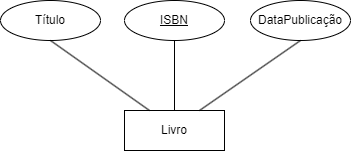
The draw.io diagram exerc2.drawio.png in VitorFonseca123/ExerciciosACH2004_BD, before a commit. Source tidied: cells renumbered, new cells last; positions are measured from the earlier drawing's top-left corner, leaving out a move shared by most shapes.
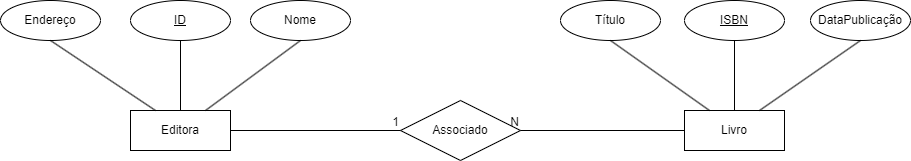
Later version of the same file.

Commit message:
Relacionamento entre editora e livro

The edit, as a diff of the source:
```diff
@@ -20,8 +20,44 @@
     <mxCell id="7" style="endArrow=none;html=1;rounded=0;exitX=0.5;exitY=1;exitDx=0;exitDy=0;entryX=0.25;entryY=0;entryDx=0;entryDy=0;" parent="1" edge="1" source="5" target="2">
       <mxGeometry relative="1" as="geometry" />
     </mxCell>
-    <mxCell id="8" style="endArrow=none;html=1;rounded=0;entryX=0.5;entryY=1;entryDx=0;entryDy=0;exitX=0.75;exitY=0;exitDx=0;exitDy=0;" parent="1" edge="1" source="2" target="6">
+    <mxCell id="8" style="endArrow=none;html=1;rounded=0;exitX=0.75;exitY=0;exitDx=0;exitDy=0;entryX=0.5;entryY=1;entryDx=0;entryDy=0;" parent="1" edge="1" source="2" target="6">
       <mxGeometry relative="1" as="geometry" />
     </mxCell>
+    <mxCell id="9" value="Editora" style="whiteSpace=wrap;html=1;align=center;" parent="1" vertex="1">
+      <mxGeometry x="-430" y="110" width="100" height="40" as="geometry" />
+    </mxCell>
+    <mxCell id="10" value="ID" style="ellipse;whiteSpace=wrap;html=1;align=center;fontStyle=4;" parent="1" vertex="1">
+      <mxGeometry x="-430" width="100" height="40" as="geometry" />
+    </mxCell>
+    <mxCell id="11" value="Nome" style="ellipse;whiteSpace=wrap;html=1;align=center;" parent="1" vertex="1">
+      <mxGeometry x="-310" width="100" height="40" as="geometry" />
+    </mxCell>
+    <mxCell id="12" value="Endereço" style="ellipse;whiteSpace=wrap;html=1;align=center;" parent="1" vertex="1">
+      <mxGeometry x="-560" width="100" height="40" as="geometry" />
+    </mxCell>
+    <mxCell id="13" style="endArrow=none;html=1;rounded=0;exitX=0.5;exitY=1;exitDx=0;exitDy=0;entryX=0.5;entryY=0;entryDx=0;entryDy=0;" parent="1" edge="1" source="10" target="9">
+      <mxGeometry relative="1" as="geometry" />
+    </mxCell>
+    <mxCell id="14" style="endArrow=none;html=1;rounded=0;exitX=0.5;exitY=1;exitDx=0;exitDy=0;entryX=0.75;entryY=0;entryDx=0;entryDy=0;" parent="1" edge="1" source="11" target="9">
+      <mxGeometry relative="1" as="geometry" />
+    </mxCell>
+    <mxCell id="15" style="endArrow=none;html=1;rounded=0;exitX=0.5;exitY=1;exitDx=0;exitDy=0;entryX=0.25;entryY=0;entryDx=0;entryDy=0;" parent="1" edge="1" source="12" target="9">
+      <mxGeometry relative="1" as="geometry" />
+    </mxCell>
+    <mxCell id="16" value="Associado" style="shape=rhombus;perimeter=rhombusPerimeter;whiteSpace=wrap;html=1;align=center;" parent="1" vertex="1">
+      <mxGeometry x="-160" y="100" width="120" height="60" as="geometry" />
+    </mxCell>
+    <mxCell id="17" style="endArrow=none;html=1;rounded=0;entryX=0;entryY=0.5;entryDx=0;entryDy=0;" parent="1" edge="1" source="9" target="16">
+      <mxGeometry relative="1" as="geometry" />
+    </mxCell>
+    <mxCell id="18" value="1" style="html=1;whiteSpace=wrap;align=right;verticalAlign=bottom;" parent="17" vertex="1">
+      <mxGeometry x="1" relative="1" as="geometry" />
+    </mxCell>
+    <mxCell id="19" style="endArrow=none;html=1;rounded=0;entryX=1;entryY=0.5;entryDx=0;entryDy=0;exitX=0;exitY=0.5;exitDx=0;exitDy=0;" parent="1" edge="1" source="2" target="16">
+      <mxGeometry relative="1" as="geometry" />
+    </mxCell>
+    <mxCell id="20" value="N" style="html=1;whiteSpace=wrap;align=right;verticalAlign=bottom;" parent="19" vertex="1">
+      <mxGeometry x="1" relative="1" as="geometry" />
+    </mxCell>
   </root>
 </mxGraphModel>
```
